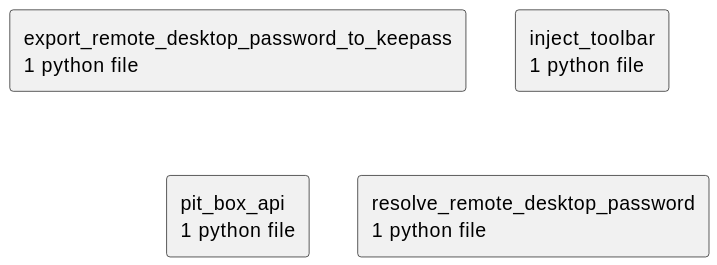
Earlier version of the PlantUML export docs/diagrams/python-packages.puml.svg (casonk/pit-box).
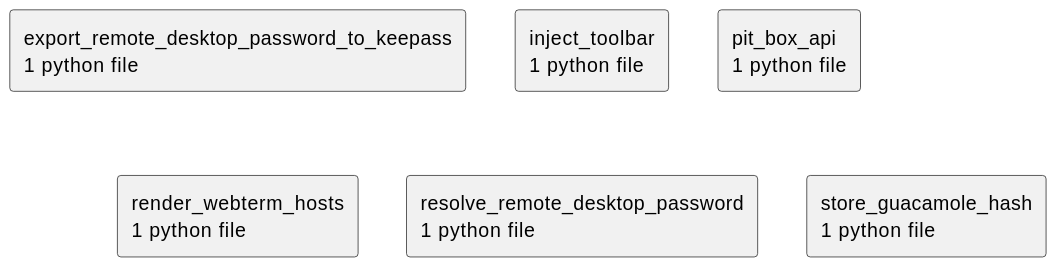
The same file after the commit.

Change to the diagram source:
```diff
@@ -5,5 +5,7 @@
 rectangle "export_remote_desktop_password_to_keepass\n1 python file" as export_remote_desktop_password_to_keepass
 rectangle "inject_toolbar\n1 python file" as inject_toolbar
 rectangle "pit_box_api\n1 python file" as pit_box_api
+rectangle "render_webterm_hosts\n1 python file" as render_webterm_hosts
 rectangle "resolve_remote_desktop_password\n1 python file" as resolve_remote_desktop_password
+rectangle "store_guacamole_hash\n1 python file" as store_guacamole_hash
 @enduml
```
